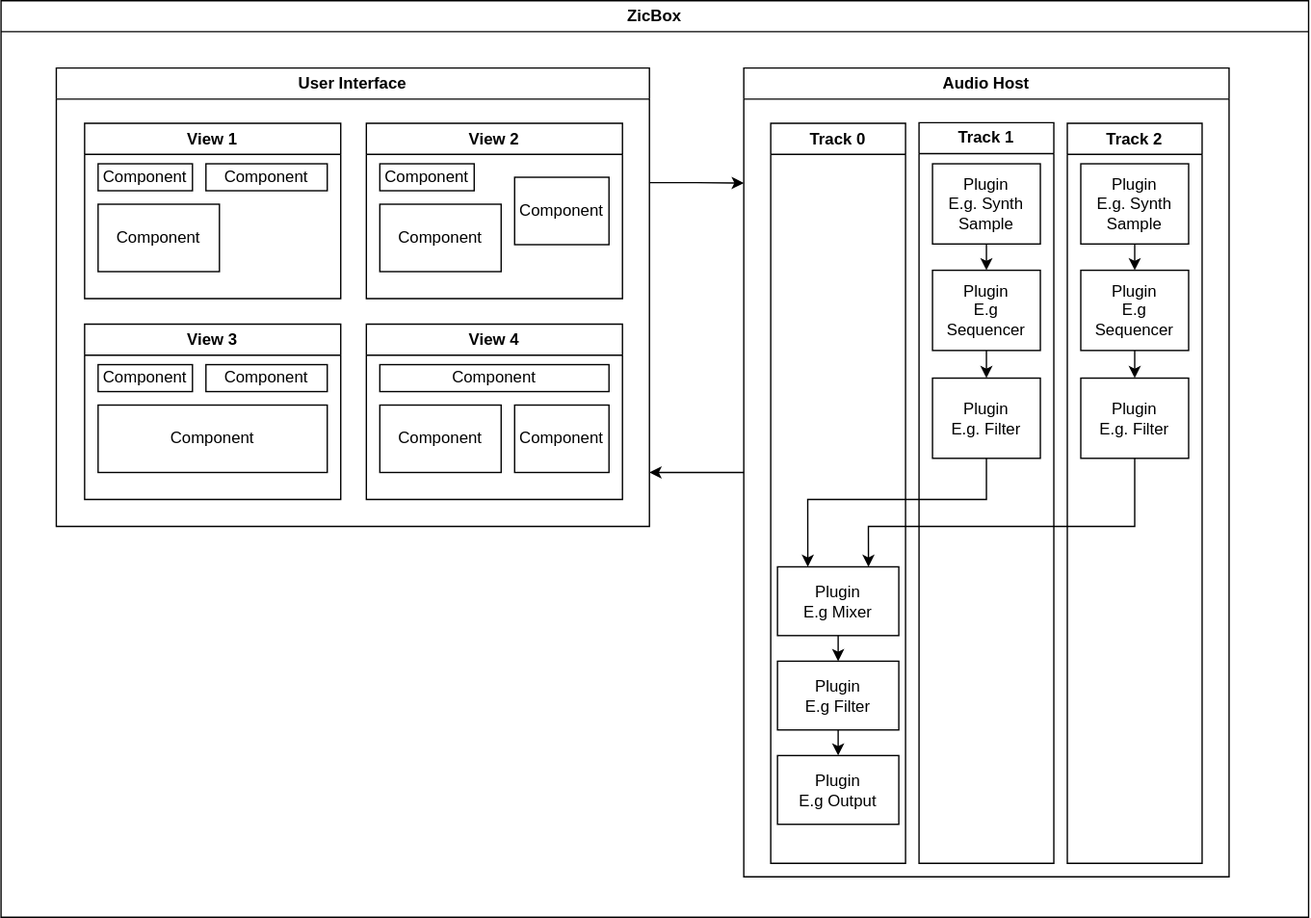
Above: zicbox.drawio.svg in apiel/zicBox (draw.io), before the change. Source tidied: cells renumbered, new cells last; positions are measured from the earlier drawing's top-left corner, leaving out a move shared by most shapes.
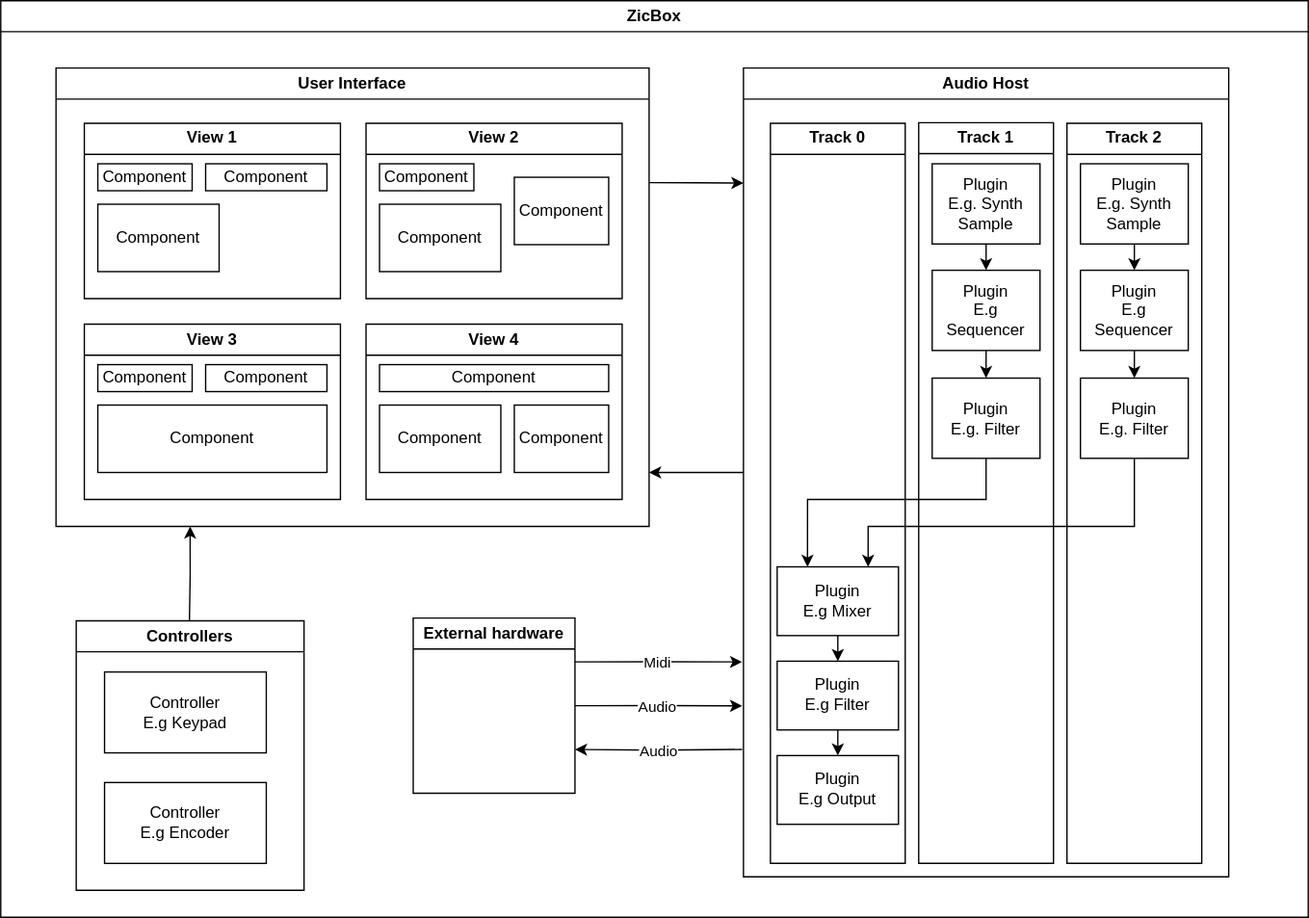
The same diagram one commit later.

Diff of the diagram source:
```diff
@@ -139,5 +139,47 @@
         </Array>
       </mxGeometry>
     </mxCell>
+    <mxCell id="43" style="edgeStyle=orthogonalEdgeStyle;rounded=0;orthogonalLoop=1;jettySize=auto;html=1;exitX=0.5;exitY=0;exitDx=0;exitDy=0;" parent="2" edge="1">
+      <mxGeometry relative="1" as="geometry">
+        <mxPoint x="140" y="460" as="sourcePoint" />
+        <mxPoint x="140.5" y="390" as="targetPoint" />
+      </mxGeometry>
+    </mxCell>
+    <mxCell id="44" value="Controllers" style="swimlane;whiteSpace=wrap;html=1;" parent="2" vertex="1">
+      <mxGeometry x="56" y="460" width="169" height="200" as="geometry" />
+    </mxCell>
+    <mxCell id="45" value="Controller&lt;br&gt;E.g Keypad" style="whiteSpace=wrap;html=1;" parent="44" vertex="1">
+      <mxGeometry x="21" y="38" width="120" height="60" as="geometry" />
+    </mxCell>
+    <mxCell id="46" value="Controller&lt;br&gt;E.g Encoder" style="whiteSpace=wrap;html=1;" parent="44" vertex="1">
+      <mxGeometry x="21" y="120" width="120" height="60" as="geometry" />
+    </mxCell>
+    <mxCell id="47" style="edgeStyle=orthogonalEdgeStyle;rounded=0;jettySize=auto;html=1;exitX=1;exitY=0.25;exitDx=0;exitDy=0;" parent="2" edge="1" source="53">
+      <mxGeometry relative="1" as="geometry">
+        <mxPoint x="550" y="490.5" as="targetPoint" />
+      </mxGeometry>
+    </mxCell>
+    <mxCell id="48" value="Midi" style="edgeLabel;html=1;align=center;verticalAlign=middle;" parent="47" vertex="1">
+      <mxGeometry x="-0.03" relative="1" as="geometry" />
+    </mxCell>
+    <mxCell id="49" style="edgeStyle=orthogonalEdgeStyle;rounded=0;jettySize=auto;html=1;exitX=1;exitY=0.5;exitDx=0;exitDy=0;" parent="2" edge="1" source="53">
+      <mxGeometry relative="1" as="geometry">
+        <mxPoint x="550" y="523.2" as="targetPoint" />
+      </mxGeometry>
+    </mxCell>
+    <mxCell id="50" value="Audio" style="edgeLabel;html=1;align=center;verticalAlign=middle;" parent="49" vertex="1">
+      <mxGeometry x="-0.05" relative="1" as="geometry" />
+    </mxCell>
+    <mxCell id="51" style="edgeStyle=orthogonalEdgeStyle;rounded=0;jettySize=auto;html=1;exitX=1;exitY=0.75;exitDx=0;exitDy=0;entryX=1;entryY=0.75;entryDx=0;entryDy=0;" parent="2" edge="1" target="53">
+      <mxGeometry relative="1" as="geometry">
+        <mxPoint x="550" y="555.5" as="sourcePoint" />
+      </mxGeometry>
+    </mxCell>
+    <mxCell id="52" value="Audio" style="edgeLabel;html=1;align=center;verticalAlign=middle;" parent="51" vertex="1">
+      <mxGeometry x="0.02" y="1" relative="1" as="geometry" />
+    </mxCell>
+    <mxCell id="53" value="External hardware" style="swimlane;whiteSpace=wrap;html=1;" parent="2" vertex="1">
+      <mxGeometry x="306" y="458" width="120" height="130" as="geometry" />
+    </mxCell>
   </root>
 </mxGraphModel>
```
